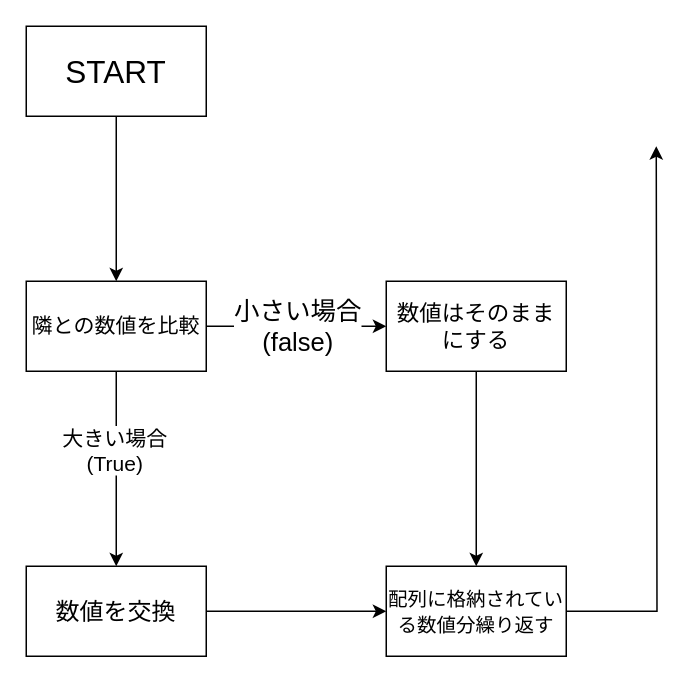
kansai-gamer/todays-code keeps this draw.io diagram as Untitled Diagram.drawio. Above is the earlier version. Source tidied: cells renumbered, new cells numbered last; positions are measured from the earlier drawing's top-left corner, leaving out a move shared by most shapes. Both pictures are drawn from the tidied source at 150%, with x=0, y=0 at pixel (26, 26).
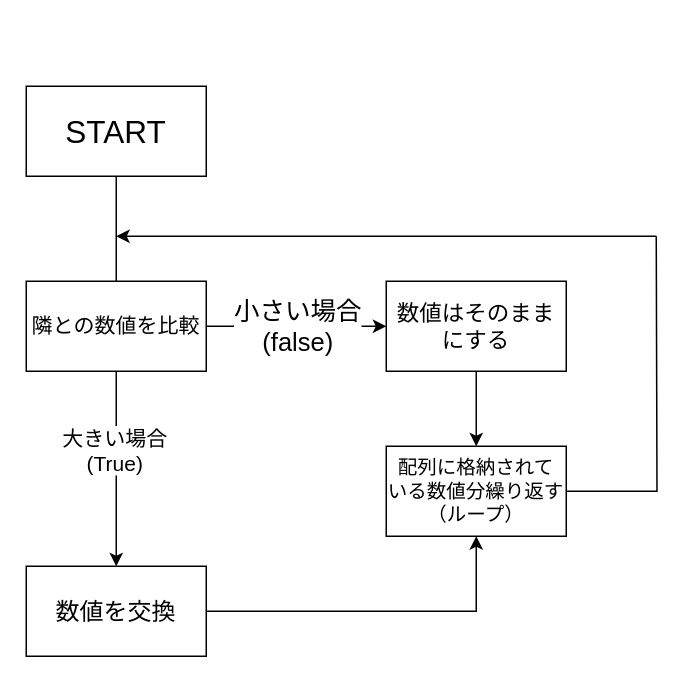
The same diagram, later.

Commit message:
Untitled Diagram.drawio を更新します

Diff of the diagram source:
```diff
@@
 <mxGraphModel>
   <root>
     <mxCell id="0" />
     <mxCell id="1" parent="0" />
     <mxCell id="2" style="edgeStyle=orthogonalEdgeStyle;rounded=0;jettySize=auto;html=1;exitX=0.5;exitY=1;exitDx=0;exitDy=0;entryX=0.5;entryY=0;entryDx=0;entryDy=0;" parent="1" edge="1" source="3" target="8">
       <mxGeometry relative="1" as="geometry">
         <Array as="points">
-          <mxPoint x="60" y="120" />
-          <mxPoint x="60" y="120" />
+          <mxPoint x="60" y="180" />
+          <mxPoint x="60" y="180" />
         </Array>
       </mxGeometry>
     </mxCell>
     <mxCell id="3" value="&lt;div style=&quot;font-size: 21px&quot;&gt;START&lt;/div&gt;" style="rounded=0;whiteSpace=wrap;html=1;" parent="1" vertex="1">
-      <mxGeometry width="120" height="60" as="geometry" />
+      <mxGeometry y="40" width="120" height="60" as="geometry" />
     </mxCell>
     <mxCell id="4" style="edgeStyle=orthogonalEdgeStyle;rounded=0;jettySize=auto;html=1;fontSize=14;entryX=0.5;entryY=0;entryDx=0;entryDy=0;" parent="1" edge="1" source="8" target="10">
       <mxGeometry relative="1" as="geometry" />
     </mxCell>
     <mxCell id="5" value="&lt;div&gt;大きい場合&lt;/div&gt;&lt;div&gt;(True)&lt;br&gt;&lt;/div&gt;" style="edgeLabel;html=1;align=center;verticalAlign=middle;fontSize=14;" parent="4" vertex="1">
       <mxGeometry x="-0.2" y="-2" relative="1" as="geometry" />
     </mxCell>
     <mxCell id="6" style="edgeStyle=orthogonalEdgeStyle;rounded=0;jettySize=auto;html=1;entryX=0;entryY=0.5;entryDx=0;entryDy=0;fontSize=14;" parent="1" edge="1" source="8" target="12">
       <mxGeometry relative="1" as="geometry" />
     </mxCell>
     <mxCell id="7" value="&lt;div&gt;&lt;font style=&quot;font-size: 17px&quot;&gt;小さい場合&lt;/font&gt;&lt;/div&gt;&lt;div&gt;&lt;font style=&quot;font-size: 17px&quot;&gt;(false)&lt;br&gt;&lt;/font&gt;&lt;/div&gt;" style="edgeLabel;html=1;align=center;verticalAlign=middle;fontSize=14;" parent="6" vertex="1">
       <mxGeometry x="-0.25" y="-3" relative="1" as="geometry">
         <mxPoint x="15" y="-3" as="offset" />
       </mxGeometry>
     </mxCell>
     <mxCell id="8" value="隣との数値を比較" style="rounded=0;whiteSpace=wrap;html=1;fontSize=14;" parent="1" vertex="1">
       <mxGeometry y="170" width="120" height="60" as="geometry" />
     </mxCell>
-    <mxCell id="9" style="edgeStyle=orthogonalEdgeStyle;rounded=0;jettySize=auto;html=1;entryX=0;entryY=0.5;entryDx=0;entryDy=0;fontSize=14;" parent="1" edge="1" source="10" target="14">
+    <mxCell id="9" style="edgeStyle=orthogonalEdgeStyle;rounded=0;jettySize=auto;html=1;entryX=0.5;entryY=1;entryDx=0;entryDy=0;" parent="1" edge="1" source="10" target="14">
       <mxGeometry relative="1" as="geometry" />
     </mxCell>
     <mxCell id="10" value="&lt;font style=&quot;font-size: 16px&quot;&gt;数値を交換&lt;/font&gt;" style="rounded=0;whiteSpace=wrap;html=1;fontSize=14;" parent="1" vertex="1">
       <mxGeometry y="360" width="120" height="60" as="geometry" />
     </mxCell>
-    <mxCell id="11" style="edgeStyle=orthogonalEdgeStyle;rounded=0;jettySize=auto;html=1;entryX=0.5;entryY=0;entryDx=0;entryDy=0;fontSize=14;" parent="1" edge="1" source="12" target="14">
+    <mxCell id="11" style="edgeStyle=orthogonalEdgeStyle;rounded=0;jettySize=auto;html=1;entryX=0.5;entryY=0;entryDx=0;entryDy=0;" parent="1" edge="1" source="12" target="14">
       <mxGeometry relative="1" as="geometry" />
     </mxCell>
     <mxCell id="12" value="&lt;font style=&quot;font-size: 15px&quot;&gt;数値はそのままにする&lt;/font&gt;" style="rounded=0;whiteSpace=wrap;html=1;fontSize=14;" parent="1" vertex="1">
       <mxGeometry x="240" y="170" width="120" height="60" as="geometry" />
     </mxCell>
-    <mxCell id="13" style="edgeStyle=orthogonalEdgeStyle;rounded=0;jettySize=auto;html=1;fontSize=14;" parent="1" edge="1" source="14">
-      <mxGeometry relative="1" as="geometry">
-        <mxPoint x="420" y="80" as="targetPoint" />
-      </mxGeometry>
-    </mxCell>
-    <mxCell id="14" value="&lt;font style=&quot;font-size: 13px&quot;&gt;配列に格納されている数値分繰り返す&lt;/font&gt;" style="rounded=0;whiteSpace=wrap;html=1;fontSize=14;" parent="1" vertex="1">
-      <mxGeometry x="240" y="360" width="120" height="60" as="geometry" />
+    <mxCell id="14" value="&lt;div style=&quot;font-size: 13px&quot;&gt;&lt;font style=&quot;font-size: 13px&quot;&gt;配列に格納されて&lt;/font&gt;&lt;/div&gt;&lt;div style=&quot;font-size: 13px&quot;&gt;&lt;font style=&quot;font-size: 13px&quot;&gt;いる数値分繰り返す&lt;br&gt;&lt;/font&gt;&lt;/div&gt;&lt;div style=&quot;font-size: 13px&quot;&gt;&lt;font style=&quot;font-size: 13px&quot;&gt;&lt;font style=&quot;font-size: 13px&quot;&gt;（ループ）&lt;/font&gt;&lt;br&gt;&lt;/font&gt;&lt;/div&gt;" style="rounded=0;whiteSpace=wrap;html=1;fontSize=14;" parent="1" vertex="1">
+      <mxGeometry x="240" y="280" width="120" height="60" as="geometry" />
     </mxCell>
+    <mxCell id="15" style="edgeStyle=orthogonalEdgeStyle;rounded=0;jumpStyle=arc;orthogonalLoop=1;jettySize=auto;html=1;strokeColor=#000000;" parent="1" edge="1">
+      <mxGeometry relative="1" as="geometry">
+        <mxPoint x="420" y="140" as="sourcePoint" />
+        <mxPoint x="60" y="140" as="targetPoint" />
+      </mxGeometry>
+    </mxCell>
+    <mxCell id="16" style="edgeStyle=orthogonalEdgeStyle;jumpStyle=arc;jettySize=auto;html=1;strokeColor=#000000;verticalAlign=bottom;horizontal=0;fontStyle=0;align=right;labelBackgroundColor=#ffffff;rounded=0;endArrow=none;endFill=0;" parent="1" edge="1" source="14">
+      <mxGeometry relative="1" as="geometry">
+        <mxPoint x="420" y="140" as="targetPoint" />
+      </mxGeometry>
+    </mxCell>
   </root>
 </mxGraphModel>
```
